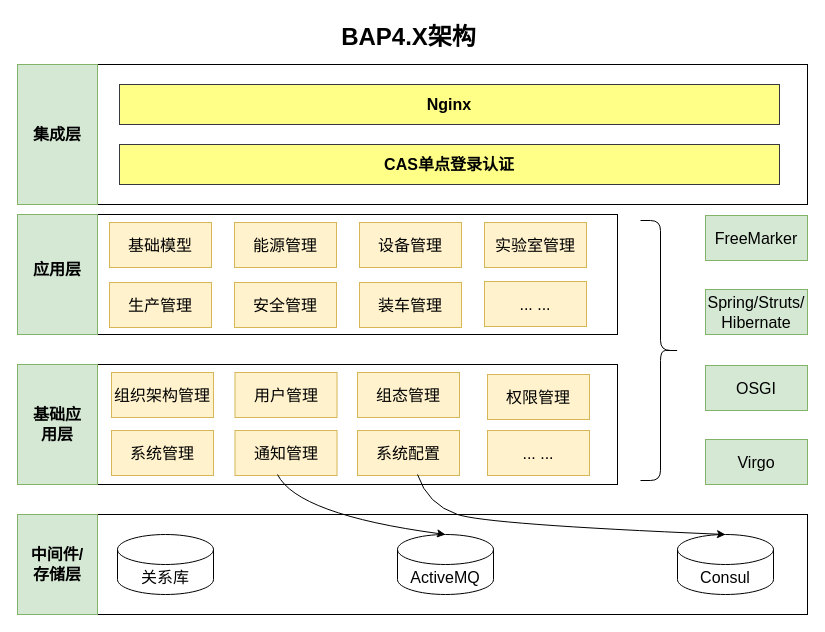
publisherfk/diagrams keeps this draw.io diagram as BAP技术架构.drawio. Above is the earlier version. Source tidied: cells renumbered, new cells numbered last; positions are measured from the earlier drawing's top-left corner, leaving out a move shared by most shapes. Both pictures are drawn from the tidied source at 100%, with x=0, y=0 at pixel (17, 17).
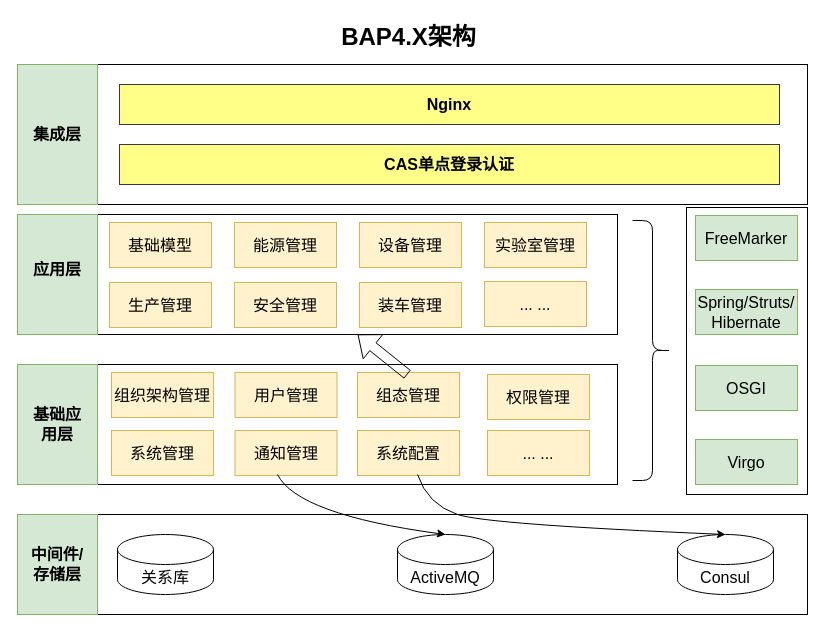
The same diagram, later.

Commit message (it also covers changes not shown here):
更新BAP技术架构.drawio

The change refers to these unchanged cells:
```xml
<mxCell id="2" style="rounded=0;whiteSpace=wrap;html=1;fillColor=none;" parent="1" vertex="1">
  <mxGeometry y="197" width="600" height="120" as="geometry" />
</mxCell>
```

The edit, as a diff of the source:
```diff
@@
+    <mxCell id="44" style="rounded=0;whiteSpace=wrap;html=1;fillColor=none;" parent="1" vertex="1">
+      <mxGeometry x="669" y="190" width="121" height="287" as="geometry" />
+    </mxCell>
@@
     <mxCell id="37" value="&lt;font style=&quot;font-size: 16px;&quot;&gt;Virgo&lt;/font&gt;" style="rounded=0;whiteSpace=wrap;html=1;fillColor=#d5e8d4;strokeColor=#82b366;" parent="1" vertex="1">
-      <mxGeometry x="688" y="422" width="102" height="45" as="geometry" />
+      <mxGeometry x="678" y="422" width="102" height="45" as="geometry" />
     </mxCell>
     <mxCell id="38" value="&lt;font style=&quot;font-size: 16px;&quot;&gt;OSGI&lt;/font&gt;" style="rounded=0;whiteSpace=wrap;html=1;fillColor=#d5e8d4;strokeColor=#82b366;" parent="1" vertex="1">
-      <mxGeometry x="688" y="348" width="102" height="45" as="geometry" />
+      <mxGeometry x="678" y="348" width="102" height="45" as="geometry" />
     </mxCell>
     <mxCell id="39" value="&lt;font style=&quot;font-size: 16px;&quot;&gt;Spring/Struts/&lt;br&gt;Hibernate&lt;/font&gt;" style="rounded=0;whiteSpace=wrap;html=1;fillColor=#d5e8d4;strokeColor=#82b366;" parent="1" vertex="1">
-      <mxGeometry x="688" y="272" width="102" height="45" as="geometry" />
+      <mxGeometry x="678" y="272" width="102" height="45" as="geometry" />
     </mxCell>
     <mxCell id="40" value="&lt;font style=&quot;font-size: 16px;&quot;&gt;FreeMarker&lt;/font&gt;" style="rounded=0;whiteSpace=wrap;html=1;fillColor=#d5e8d4;strokeColor=#82b366;" parent="1" vertex="1">
-      <mxGeometry x="688" y="198" width="102" height="45" as="geometry" />
+      <mxGeometry x="678" y="198" width="102" height="45" as="geometry" />
     </mxCell>
     <mxCell id="41" style="shape=curlyBracket;whiteSpace=wrap;html=1;rounded=1;flipH=1;labelPosition=right;verticalLabelPosition=middle;align=left;verticalAlign=middle;" parent="1" vertex="1">
-      <mxGeometry x="623" y="203" width="40" height="260" as="geometry" />
+      <mxGeometry x="615" y="203" width="40" height="260" as="geometry" />
     </mxCell>
@@
+    <mxCell id="45" style="shape=flexArrow;endArrow=classic;html=1;rounded=0;entryX=0.567;entryY=1;entryDx=0;entryDy=0;entryPerimeter=0;" parent="1" edge="1" target="2">
+      <mxGeometry relative="1" as="geometry">
+        <mxPoint x="390" y="357" as="sourcePoint" />
+      </mxGeometry>
+    </mxCell>
```
